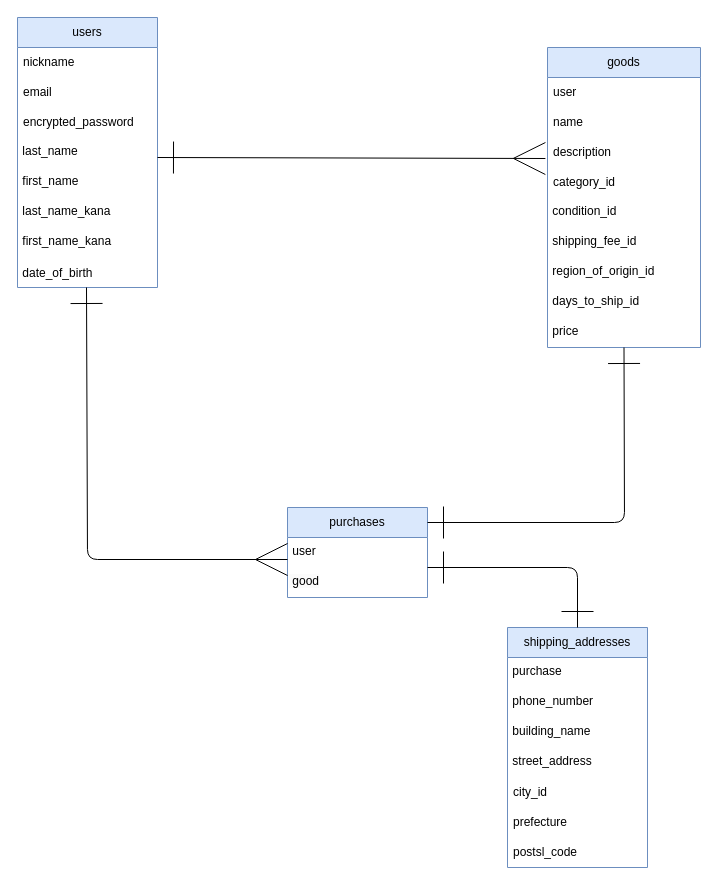
Earlier version of the draw.io diagram DB.dio (caijiayuantian0-ux/furima-41271). Source tidied: cells renumbered, new cells numbered last; positions are measured from the earlier drawing's top-left corner, leaving out a move shared by most shapes. Both pictures are drawn from the tidied source at 100%, with x=0, y=0 at pixel (17, 17).
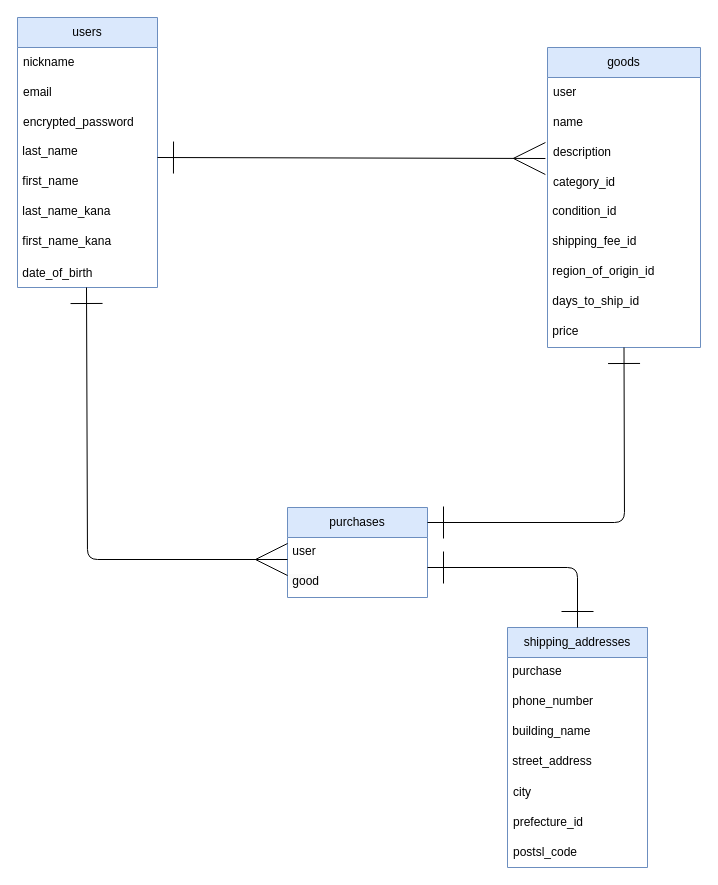
Above is the later version.

The change refers to these unchanged cells:
```xml
<mxCell id="27" value="shipping_addresses" style="swimlane;fontStyle=0;horizontal=1;startSize=30;whiteSpace=wrap;html=1;fillColor=#dae8fc;strokeColor=#6c8ebf;" parent="1" vertex="1">
  <mxGeometry x="490" y="610" width="140" height="240" as="geometry" />
</mxCell>
```

The edit, as a diff of the source:
```diff
@@
-    <mxCell id="32" value="city_id" style="text;strokeColor=none;fillColor=none;align=left;verticalAlign=middle;spacingLeft=4;spacingRight=4;overflow=hidden;whiteSpace=wrap;html=1;" parent="27" vertex="1">
+    <mxCell id="32" value="city" style="text;strokeColor=none;fillColor=none;align=left;verticalAlign=middle;spacingLeft=4;spacingRight=4;overflow=hidden;whiteSpace=wrap;html=1;" parent="27" vertex="1">
       <mxGeometry y="150" width="140" height="30" as="geometry" />
     </mxCell>
-    <mxCell id="33" value="prefecture" style="text;strokeColor=none;fillColor=none;align=left;verticalAlign=middle;spacingLeft=4;spacingRight=4;overflow=hidden;whiteSpace=wrap;html=1;" parent="27" vertex="1">
+    <mxCell id="33" value="prefecture_id" style="text;strokeColor=none;fillColor=none;align=left;verticalAlign=middle;spacingLeft=4;spacingRight=4;overflow=hidden;whiteSpace=wrap;html=1;" parent="27" vertex="1">
       <mxGeometry y="180" width="140" height="30" as="geometry" />
     </mxCell>
```
